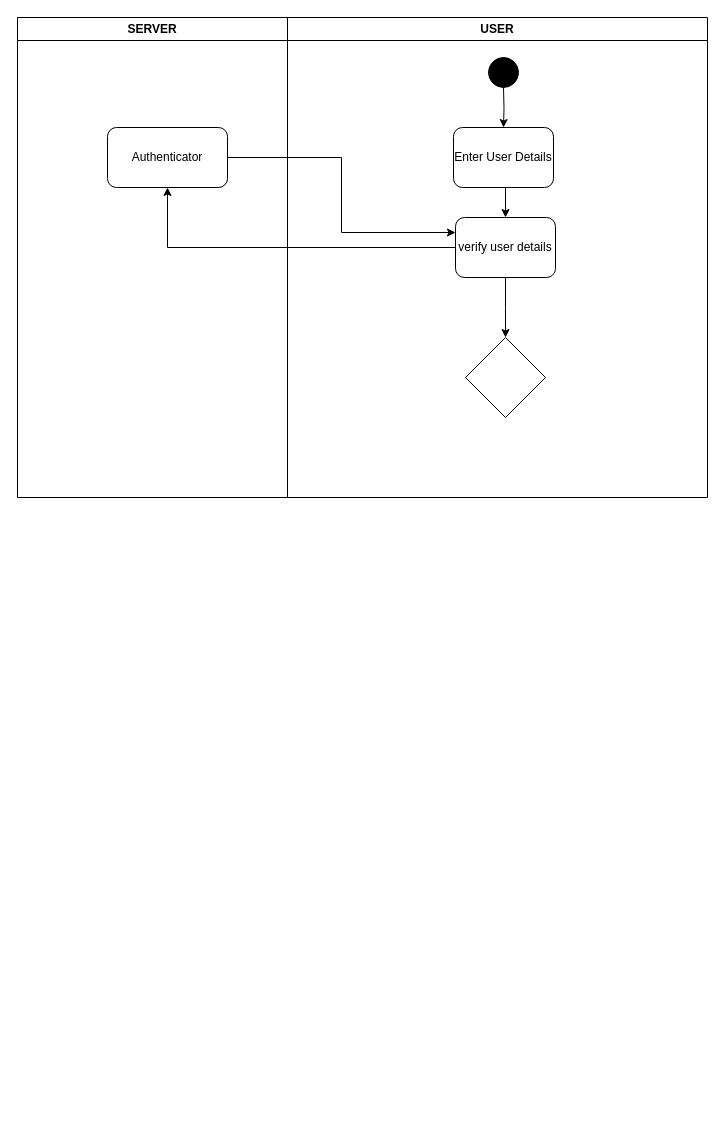
Before: Activity Diagram Lab 5.drawio in Jainil2004/SEPM, a draw.io diagram. Source tidied: cells renumbered, new cells numbered last; positions are measured from the earlier drawing's top-left corner, leaving out a move shared by most shapes. Both pictures are drawn from the tidied source at 100%, with x=0, y=0 at pixel (17, 17).
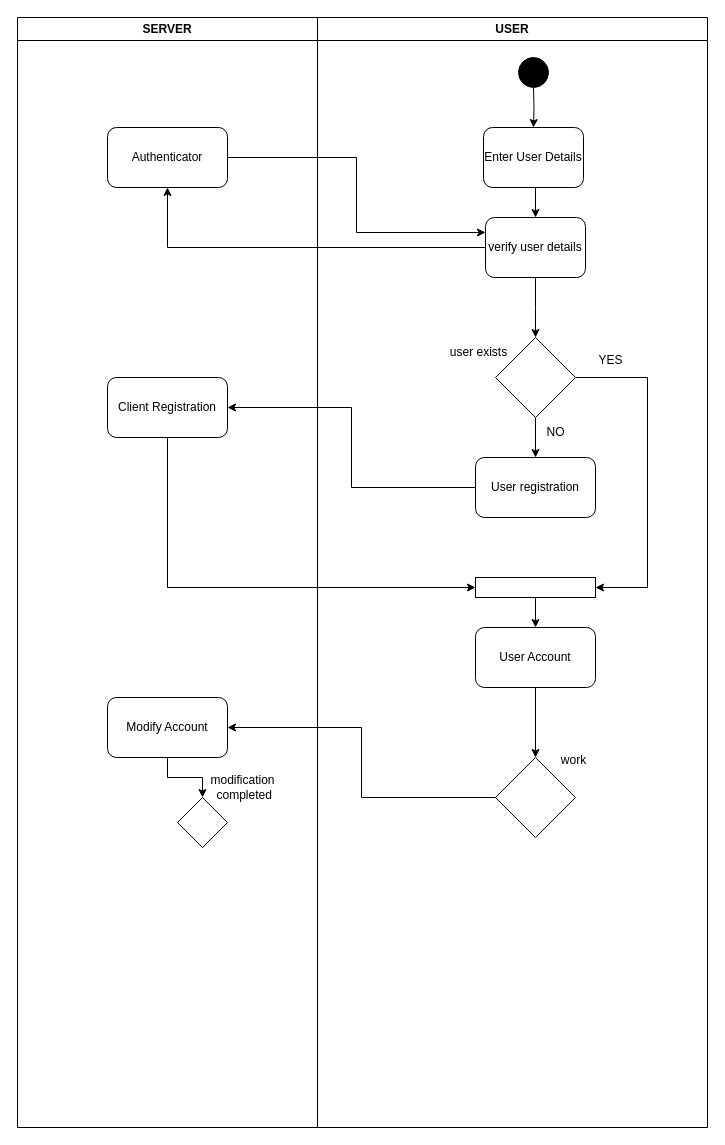
The same diagram, later.

The change refers to these unchanged cells:
```xml
<mxCell id="9" style="rhombus;whiteSpace=wrap;html=1;strokeColor=default;align=center;verticalAlign=middle;fontFamily=Helvetica;fontSize=12;fontColor=default;fillColor=default;" parent="2" vertex="1">
  <mxGeometry x="178" y="320" width="80" height="80" as="geometry" />
</mxCell>
```

The edit, as a diff of the source:
```diff
@@
     <mxCell id="2" value="USER" style="swimlane;whiteSpace=wrap;html=1;" parent="1" vertex="1">
-      <mxGeometry x="270" width="420" height="480" as="geometry" />
+      <mxGeometry x="300" width="390" height="1110" as="geometry" />
     </mxCell>
@@
+    <mxCell id="14" style="edgeStyle=orthogonalEdgeStyle;rounded=0;jettySize=auto;html=1;entryX=0.5;entryY=0;entryDx=0;entryDy=0;fontFamily=Helvetica;fontSize=12;fontColor=default;" parent="2" edge="1" source="9" target="16">
+      <mxGeometry relative="1" as="geometry" />
+    </mxCell>
+    <mxCell id="15" style="edgeStyle=orthogonalEdgeStyle;rounded=0;jettySize=auto;html=1;entryX=1;entryY=0.5;entryDx=0;entryDy=0;fontFamily=Helvetica;fontSize=12;fontColor=default;" parent="2" edge="1" source="9" target="18">
+      <mxGeometry relative="1" as="geometry">
+        <Array as="points">
+          <mxPoint x="330" y="360" />
+          <mxPoint x="330" y="570" />
+        </Array>
+      </mxGeometry>
+    </mxCell>
@@
+    <mxCell id="16" value="User registration" style="rounded=1;whiteSpace=wrap;html=1;strokeColor=default;align=center;verticalAlign=middle;fontFamily=Helvetica;fontSize=12;fontColor=default;fillColor=default;" parent="2" vertex="1">
+      <mxGeometry x="158" y="440" width="120" height="60" as="geometry" />
+    </mxCell>
+    <mxCell id="17" style="edgeStyle=orthogonalEdgeStyle;rounded=0;jettySize=auto;html=1;entryX=0.5;entryY=0;entryDx=0;entryDy=0;fontFamily=Helvetica;fontSize=12;fontColor=default;" parent="2" edge="1" source="18" target="21">
+      <mxGeometry relative="1" as="geometry" />
+    </mxCell>
+    <mxCell id="18" style="rounded=0;whiteSpace=wrap;html=1;strokeColor=default;align=center;verticalAlign=middle;fontFamily=Helvetica;fontSize=12;fontColor=default;fillColor=default;" parent="2" vertex="1">
+      <mxGeometry x="158" y="560" width="120" height="20" as="geometry" />
+    </mxCell>
+    <mxCell id="19" value="&lt;div&gt;user exists&lt;/div&gt;" style="text;html=1;align=center;verticalAlign=middle;strokeColor=none;fillColor=none;fontFamily=Helvetica;fontSize=12;fontColor=default;" parent="2" vertex="1">
+      <mxGeometry x="121" y="320" width="80" height="30" as="geometry" />
+    </mxCell>
+    <mxCell id="20" style="edgeStyle=orthogonalEdgeStyle;rounded=0;jettySize=auto;html=1;fontFamily=Helvetica;fontSize=12;fontColor=default;entryX=0.5;entryY=0;entryDx=0;entryDy=0;" parent="2" edge="1" source="21" target="22">
+      <mxGeometry relative="1" as="geometry" />
+    </mxCell>
+    <mxCell id="21" value="User Account" style="rounded=1;whiteSpace=wrap;html=1;strokeColor=default;align=center;verticalAlign=middle;fontFamily=Helvetica;fontSize=12;fontColor=default;fillColor=default;" parent="2" vertex="1">
+      <mxGeometry x="158" y="610" width="120" height="60" as="geometry" />
+    </mxCell>
+    <mxCell id="22" style="rhombus;whiteSpace=wrap;html=1;strokeColor=default;align=center;verticalAlign=middle;fontFamily=Helvetica;fontSize=12;fontColor=default;fillColor=default;" parent="2" vertex="1">
+      <mxGeometry x="178" y="740" width="80" height="80" as="geometry" />
+    </mxCell>
+    <mxCell id="23" value="work" style="text;html=1;align=center;verticalAlign=middle;strokeColor=none;fillColor=none;fontFamily=Helvetica;fontSize=12;fontColor=default;" parent="2" vertex="1">
+      <mxGeometry x="231" y="728" width="50" height="30" as="geometry" />
+    </mxCell>
+    <mxCell id="24" value="NO" style="text;html=1;align=center;verticalAlign=middle;strokeColor=none;fillColor=none;fontFamily=Helvetica;fontSize=12;fontColor=default;" parent="2" vertex="1">
+      <mxGeometry x="218" y="400" width="40" height="30" as="geometry" />
+    </mxCell>
+    <mxCell id="25" value="YES" style="text;html=1;align=center;verticalAlign=middle;strokeColor=none;fillColor=none;fontFamily=Helvetica;fontSize=12;fontColor=default;" parent="2" vertex="1">
+      <mxGeometry x="268" y="328" width="50" height="30" as="geometry" />
+    </mxCell>
     <mxCell id="10" value="SERVER" style="swimlane;whiteSpace=wrap;html=1;" parent="1" vertex="1">
-      <mxGeometry width="270" height="480" as="geometry" />
+      <mxGeometry width="300" height="1110" as="geometry" />
     </mxCell>
@@
+    <mxCell id="26" value="Client Registration" style="rounded=1;whiteSpace=wrap;html=1;strokeColor=default;align=center;verticalAlign=middle;fontFamily=Helvetica;fontSize=12;fontColor=default;fillColor=default;" parent="10" vertex="1">
+      <mxGeometry x="90" y="360" width="120" height="60" as="geometry" />
+    </mxCell>
+    <mxCell id="27" style="edgeStyle=orthogonalEdgeStyle;rounded=0;jettySize=auto;html=1;entryX=0.5;entryY=0;entryDx=0;entryDy=0;fontFamily=Helvetica;fontSize=12;fontColor=default;" parent="10" edge="1" source="28" target="29">
+      <mxGeometry relative="1" as="geometry" />
+    </mxCell>
+    <mxCell id="28" value="Modify Account" style="rounded=1;whiteSpace=wrap;html=1;strokeColor=default;align=center;verticalAlign=middle;fontFamily=Helvetica;fontSize=12;fontColor=default;fillColor=default;" parent="10" vertex="1">
+      <mxGeometry x="90" y="680" width="120" height="60" as="geometry" />
+    </mxCell>
+    <mxCell id="29" style="rhombus;whiteSpace=wrap;html=1;strokeColor=default;align=center;verticalAlign=middle;fontFamily=Helvetica;fontSize=12;fontColor=default;fillColor=default;" parent="10" vertex="1">
+      <mxGeometry x="160" y="780" width="50" height="50" as="geometry" />
+    </mxCell>
+    <mxCell id="30" value="&lt;div&gt;modification&lt;/div&gt;&lt;div&gt;&amp;nbsp;completed&lt;/div&gt;" style="text;html=1;align=center;verticalAlign=middle;strokeColor=none;fillColor=none;fontFamily=Helvetica;fontSize=12;fontColor=default;" parent="10" vertex="1">
+      <mxGeometry x="180" y="750" width="90" height="40" as="geometry" />
+    </mxCell>
@@
+    <mxCell id="31" style="edgeStyle=orthogonalEdgeStyle;rounded=0;jettySize=auto;html=1;entryX=1;entryY=0.5;entryDx=0;entryDy=0;fontFamily=Helvetica;fontSize=12;fontColor=default;" parent="1" edge="1" source="16" target="26">
+      <mxGeometry relative="1" as="geometry" />
+    </mxCell>
+    <mxCell id="32" style="edgeStyle=orthogonalEdgeStyle;rounded=0;jettySize=auto;html=1;entryX=0;entryY=0.5;entryDx=0;entryDy=0;fontFamily=Helvetica;fontSize=12;fontColor=default;" parent="1" edge="1" source="26" target="18">
+      <mxGeometry relative="1" as="geometry">
+        <Array as="points">
+          <mxPoint x="150" y="570" />
+        </Array>
+      </mxGeometry>
+    </mxCell>
+    <mxCell id="33" style="edgeStyle=orthogonalEdgeStyle;rounded=0;jettySize=auto;html=1;entryX=1;entryY=0.5;entryDx=0;entryDy=0;fontFamily=Helvetica;fontSize=12;fontColor=default;" parent="1" edge="1" source="22" target="28">
+      <mxGeometry relative="1" as="geometry" />
+    </mxCell>
```
